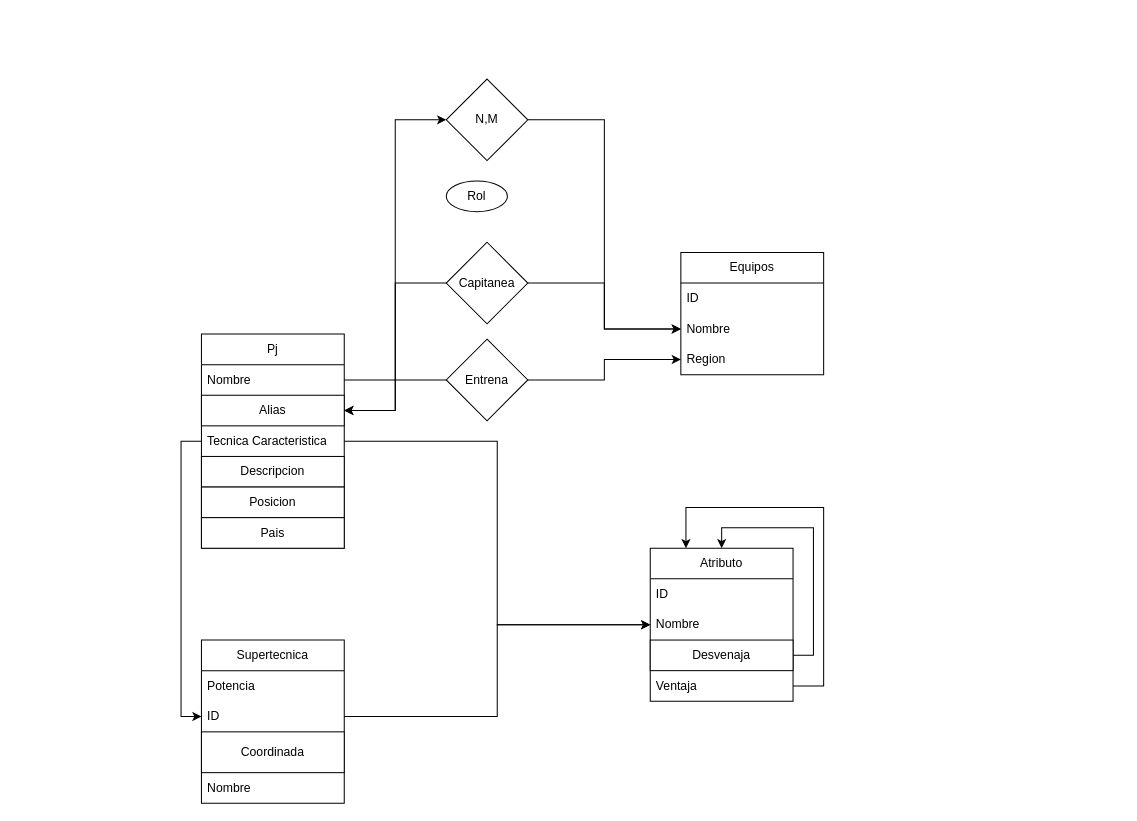
This is Diseño-temporal.drawio from Tortilla20/ProyectoInazuma, a draw.io file, before an edit. Source tidied: cells renumbered, new cells numbered last; positions are measured from the earlier drawing's top-left corner, leaving out a move shared by most shapes. Both pictures are drawn from the tidied source at 102%, with x=0, y=0 at pixel (201, 79).
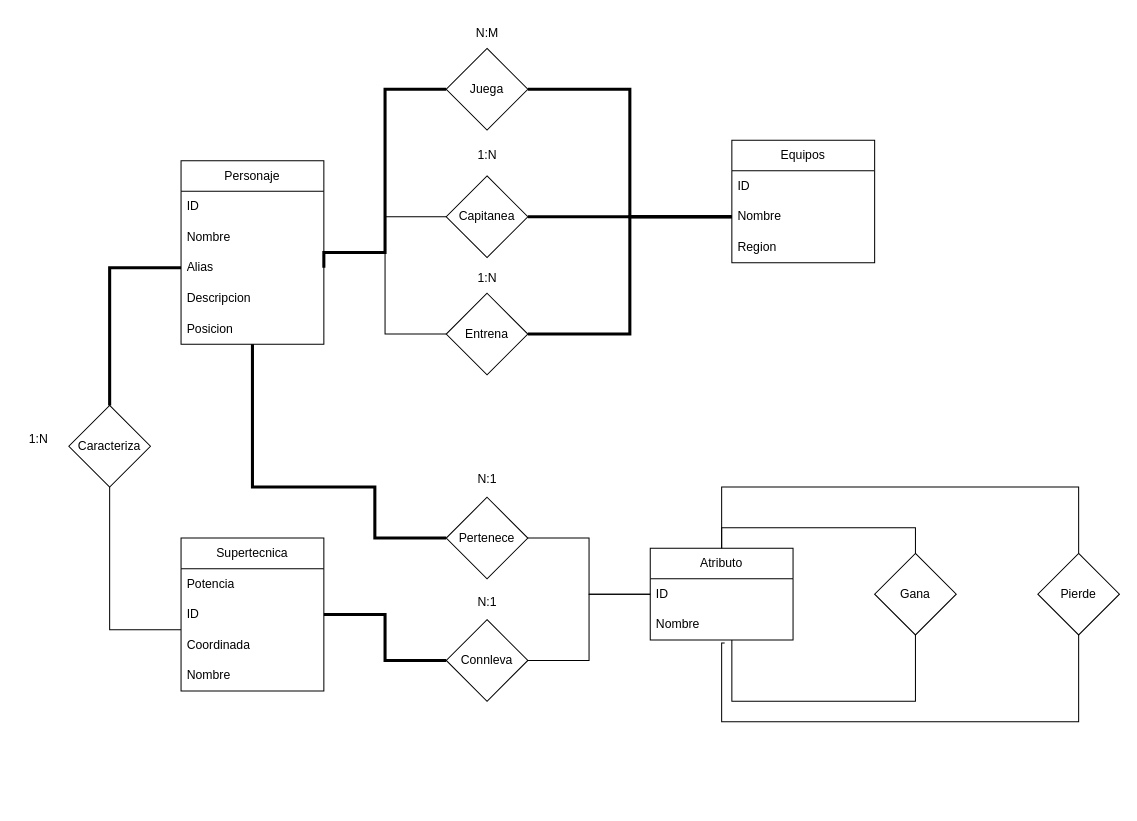
After the change.

Commit message:
actualizacion grafico

The change refers to these unchanged cells:
```xml
<mxCell id="11" value="ID" style="text;strokeColor=none;fillColor=none;align=left;verticalAlign=middle;spacingLeft=4;spacingRight=4;overflow=hidden;points=[[0,0.5],[1,0.5]];portConstraint=eastwest;whiteSpace=wrap;html=1;" parent="9" vertex="1">
  <mxGeometry y="60" width="140" height="30" as="geometry" />
</mxCell>
<mxCell id="16" value="Nombre" style="text;strokeColor=none;fillColor=none;align=left;verticalAlign=middle;spacingLeft=4;spacingRight=4;overflow=hidden;points=[[0,0.5],[1,0.5]];portConstraint=eastwest;whiteSpace=wrap;html=1;" parent="14" vertex="1">
  <mxGeometry y="60" width="140" height="30" as="geometry" />
</mxCell>
<mxCell id="17" value="Region" style="text;strokeColor=none;fillColor=none;align=left;verticalAlign=middle;spacingLeft=4;spacingRight=4;overflow=hidden;points=[[0,0.5],[1,0.5]];portConstraint=eastwest;whiteSpace=wrap;html=1;" parent="14" vertex="1">
  <mxGeometry y="90" width="140" height="30" as="geometry" />
</mxCell>
<mxCell id="20" value="Nombre" style="text;strokeColor=none;fillColor=none;align=left;verticalAlign=middle;spacingLeft=4;spacingRight=4;overflow=hidden;points=[[0,0.5],[1,0.5]];portConstraint=eastwest;whiteSpace=wrap;html=1;" parent="18" vertex="1">
  <mxGeometry y="60" width="140" height="30" as="geometry" />
</mxCell>
```

The edit, as a diff of the source:
```diff
@@
-    <mxCell id="2" value="Pj" style="swimlane;fontStyle=0;horizontal=1;startSize=30;whiteSpace=wrap;html=1;" parent="1" vertex="1">
-      <mxGeometry y="250" width="140" height="210" as="geometry" />
-    </mxCell>
-    <mxCell id="3" value="Nombre" style="text;strokeColor=none;fillColor=none;align=left;verticalAlign=middle;spacingLeft=4;spacingRight=4;overflow=hidden;points=[[0,0.5],[1,0.5]];portConstraint=eastwest;whiteSpace=wrap;html=1;" parent="2" vertex="1">
-      <mxGeometry y="30" width="140" height="30" as="geometry" />
-    </mxCell>
-    <mxCell id="4" value="Alias" style="rounded=0;whiteSpace=wrap;html=1;" parent="2" vertex="1">
-      <mxGeometry y="60" width="140" height="30" as="geometry" />
-    </mxCell>
-    <mxCell id="5" value="Tecnica Caracteristica" style="text;strokeColor=none;fillColor=none;align=left;verticalAlign=middle;spacingLeft=4;spacingRight=4;overflow=hidden;points=[[0,0.5],[1,0.5]];portConstraint=eastwest;whiteSpace=wrap;html=1;" parent="2" vertex="1">
-      <mxGeometry y="90" width="140" height="30" as="geometry" />
-    </mxCell>
-    <mxCell id="6" value="Descripcion" style="rounded=0;whiteSpace=wrap;html=1;" parent="2" vertex="1">
-      <mxGeometry y="120" width="140" height="30" as="geometry" />
-    </mxCell>
-    <mxCell id="7" value="Posicion" style="rounded=0;whiteSpace=wrap;html=1;" parent="2" vertex="1">
-      <mxGeometry y="150" width="140" height="30" as="geometry" />
-    </mxCell>
-    <mxCell id="8" value="Pais" style="rounded=0;whiteSpace=wrap;html=1;" parent="2" vertex="1">
-      <mxGeometry y="180" width="140" height="30" as="geometry" />
-    </mxCell>
     <mxCell id="9" value="Supertecnica" style="swimlane;fontStyle=0;horizontal=1;startSize=30;whiteSpace=wrap;html=1;" parent="1" vertex="1">
-      <mxGeometry y="550" width="140" height="160" as="geometry" />
+      <mxGeometry x="-20" y="450" width="140" height="150" as="geometry" />
     </mxCell>
@@
-    <mxCell id="12" value="Coordinada" style="rounded=0;whiteSpace=wrap;html=1;" parent="9" vertex="1">
-      <mxGeometry y="90" width="140" height="40" as="geometry" />
+    <mxCell id="12" value="Coordinada" style="text;strokeColor=none;fillColor=none;align=left;verticalAlign=middle;spacingLeft=4;spacingRight=4;overflow=hidden;points=[[0,0.5],[1,0.5]];portConstraint=eastwest;whiteSpace=wrap;html=1;" parent="9" vertex="1">
+      <mxGeometry y="90" width="140" height="30" as="geometry" />
     </mxCell>
-    <mxCell id="13" value="Nombre" style="text;strokeColor=none;fillColor=none;align=left;verticalAlign=middle;spacingLeft=4;spacingRight=4;overflow=hidden;whiteSpace=wrap;html=1;" parent="9" vertex="1">
-      <mxGeometry y="130" width="140" height="30" as="geometry" />
-    </mxCell>
+    <mxCell id="38" value="Nombre" style="text;strokeColor=none;fillColor=none;align=left;verticalAlign=middle;spacingLeft=4;spacingRight=4;overflow=hidden;whiteSpace=wrap;html=1;" parent="9" vertex="1">
+      <mxGeometry y="120" width="140" height="30" as="geometry" />
+    </mxCell>
     <mxCell id="14" value="Equipos" style="swimlane;fontStyle=0;horizontal=1;startSize=30;whiteSpace=wrap;html=1;" parent="1" vertex="1">
-      <mxGeometry x="470" y="170" width="140" height="120" as="geometry" />
+      <mxGeometry x="520" y="60" width="140" height="120" as="geometry" />
     </mxCell>
@@
+    <mxCell id="39" style="edgeStyle=orthogonalEdgeStyle;rounded=0;jettySize=auto;html=1;entryX=0.5;entryY=1;entryDx=0;entryDy=0;endArrow=none;startFill=0;" parent="1" edge="1" source="18" target="46">
+      <mxGeometry relative="1" as="geometry">
+        <Array as="points">
+          <mxPoint x="520" y="610" />
+          <mxPoint x="700" y="610" />
+        </Array>
+      </mxGeometry>
+    </mxCell>
     <mxCell id="18" value="Atributo" style="swimlane;fontStyle=0;horizontal=1;startSize=30;whiteSpace=wrap;html=1;" parent="1" vertex="1">
-      <mxGeometry x="440" y="460" width="140" height="150" as="geometry" />
+      <mxGeometry x="440" y="460" width="140" height="90" as="geometry" />
     </mxCell>
@@
-    <mxCell id="21" style="edgeStyle=orthogonalEdgeStyle;rounded=0;jettySize=auto;html=1;exitX=1;exitY=0.5;exitDx=0;exitDy=0;entryX=0.5;entryY=0;entryDx=0;entryDy=0;" parent="18" edge="1" source="22" target="18">
-      <mxGeometry relative="1" as="geometry" />
-    </mxCell>
-    <mxCell id="22" value="Desvenaja" style="rounded=0;whiteSpace=wrap;html=1;" parent="18" vertex="1">
-      <mxGeometry y="90" width="140" height="30" as="geometry" />
-    </mxCell>
-    <mxCell id="23" style="edgeStyle=orthogonalEdgeStyle;rounded=0;jettySize=auto;html=1;exitX=1;exitY=0.5;exitDx=0;exitDy=0;entryX=0.25;entryY=0;entryDx=0;entryDy=0;" parent="18" edge="1" source="24" target="18">
-      <mxGeometry relative="1" as="geometry">
-        <Array as="points">
-          <mxPoint x="170" y="135" />
-          <mxPoint x="170" y="-40" />
-          <mxPoint x="35" y="-40" />
-        </Array>
-      </mxGeometry>
-    </mxCell>
-    <mxCell id="24" value="Ventaja" style="text;strokeColor=none;fillColor=none;align=left;verticalAlign=middle;spacingLeft=4;spacingRight=4;overflow=hidden;points=[[0,0.5],[1,0.5]];portConstraint=eastwest;whiteSpace=wrap;html=1;" parent="18" vertex="1">
-      <mxGeometry y="120" width="140" height="30" as="geometry" />
-    </mxCell>
-    <mxCell id="25" style="edgeStyle=orthogonalEdgeStyle;rounded=0;jettySize=auto;html=1;exitX=0;exitY=0.5;exitDx=0;exitDy=0;entryX=0;entryY=0.5;entryDx=0;entryDy=0;" parent="1" edge="1" source="5" target="11">
-      <mxGeometry relative="1" as="geometry" />
-    </mxCell>
-    <mxCell id="26" style="edgeStyle=orthogonalEdgeStyle;rounded=0;jettySize=auto;html=1;exitX=1;exitY=0.5;exitDx=0;exitDy=0;entryX=0;entryY=0.5;entryDx=0;entryDy=0;" parent="1" edge="1" source="5" target="20">
-      <mxGeometry relative="1" as="geometry" />
-    </mxCell>
-    <mxCell id="27" style="edgeStyle=orthogonalEdgeStyle;rounded=0;jettySize=auto;html=1;exitX=1;exitY=0.5;exitDx=0;exitDy=0;entryX=0;entryY=0.5;entryDx=0;entryDy=0;" parent="1" edge="1" source="30" target="16">
+    <mxCell id="27" style="edgeStyle=orthogonalEdgeStyle;rounded=0;jettySize=auto;html=1;exitX=1;exitY=0.5;exitDx=0;exitDy=0;entryX=0;entryY=0.5;entryDx=0;entryDy=0;endArrow=none;startFill=0;strokeWidth=3;" parent="1" edge="1" source="30" target="16">
       <mxGeometry relative="1" as="geometry" />
     </mxCell>
-    <mxCell id="28" style="edgeStyle=orthogonalEdgeStyle;rounded=0;jettySize=auto;html=1;" parent="1" edge="1" source="11" target="20">
-      <mxGeometry relative="1" as="geometry" />
-    </mxCell>
-    <mxCell id="29" style="edgeStyle=orthogonalEdgeStyle;rounded=0;jettySize=auto;html=1;exitX=1;exitY=0.5;exitDx=0;exitDy=0;entryX=0;entryY=0.5;entryDx=0;entryDy=0;" parent="1" edge="1" source="3" target="30">
-      <mxGeometry relative="1" as="geometry" />
-    </mxCell>
+    <mxCell id="40" style="edgeStyle=orthogonalEdgeStyle;rounded=0;jettySize=auto;html=1;entryX=1;entryY=0.5;entryDx=0;entryDy=0;endArrow=none;startFill=0;exitX=0;exitY=0.5;exitDx=0;exitDy=0;strokeWidth=3;" parent="1" edge="1" source="30" target="4">
+      <mxGeometry relative="1" as="geometry">
+        <Array as="points">
+          <mxPoint x="180" y="10" />
+          <mxPoint x="180" y="170" />
+          <mxPoint x="120" y="170" />
+        </Array>
+      </mxGeometry>
+    </mxCell>
-    <mxCell id="30" value="N,M" style="rhombus;whiteSpace=wrap;html=1;" parent="1" vertex="1">
-      <mxGeometry x="240" width="80" height="80" as="geometry" />
+    <mxCell id="30" value="Juega" style="rhombus;whiteSpace=wrap;html=1;" parent="1" vertex="1">
+      <mxGeometry x="240" y="-30" width="80" height="80" as="geometry" />
     </mxCell>
-    <mxCell id="31" value="Rol" style="ellipse;whiteSpace=wrap;html=1;" parent="1" vertex="1">
-      <mxGeometry x="240" y="100" width="60" height="30" as="geometry" />
-    </mxCell>
-    <mxCell id="32" style="edgeStyle=orthogonalEdgeStyle;rounded=0;jettySize=auto;html=1;entryX=0;entryY=0.5;entryDx=0;entryDy=0;" parent="1" edge="1" source="34" target="16">
+    <mxCell id="32" style="edgeStyle=orthogonalEdgeStyle;rounded=0;jettySize=auto;html=1;entryX=0;entryY=0.5;entryDx=0;entryDy=0;endArrow=none;startFill=0;strokeWidth=3;" parent="1" edge="1" source="34" target="16">
       <mxGeometry relative="1" as="geometry" />
     </mxCell>
-    <mxCell id="33" style="edgeStyle=orthogonalEdgeStyle;rounded=0;jettySize=auto;html=1;entryX=1;entryY=0.5;entryDx=0;entryDy=0;" parent="1" edge="1" source="34" target="4">
-      <mxGeometry relative="1" as="geometry" />
-    </mxCell>
+    <mxCell id="41" style="edgeStyle=orthogonalEdgeStyle;rounded=0;jettySize=auto;html=1;endArrow=none;startFill=0;" parent="1" edge="1" source="34" target="50">
+      <mxGeometry relative="1" as="geometry" />
+    </mxCell>
     <mxCell id="34" value="Capitanea" style="rhombus;whiteSpace=wrap;html=1;" parent="1" vertex="1">
-      <mxGeometry x="240" y="160" width="80" height="80" as="geometry" />
+      <mxGeometry x="240" y="95" width="80" height="80" as="geometry" />
     </mxCell>
-    <mxCell id="35" style="edgeStyle=orthogonalEdgeStyle;rounded=0;jettySize=auto;html=1;" parent="1" edge="1" source="37" target="17">
-      <mxGeometry relative="1" as="geometry" />
-    </mxCell>
-    <mxCell id="36" style="edgeStyle=orthogonalEdgeStyle;rounded=0;jettySize=auto;html=1;" parent="1" edge="1" source="37" target="4">
-      <mxGeometry relative="1" as="geometry" />
-    </mxCell>
+    <mxCell id="42" style="edgeStyle=orthogonalEdgeStyle;rounded=0;jettySize=auto;html=1;entryX=0;entryY=0.5;entryDx=0;entryDy=0;endArrow=none;startFill=0;strokeWidth=3;" parent="1" edge="1" source="37" target="16">
+      <mxGeometry relative="1" as="geometry">
+        <Array as="points">
+          <mxPoint x="420" y="250" />
+          <mxPoint x="420" y="135" />
+        </Array>
+      </mxGeometry>
+    </mxCell>
+    <mxCell id="43" style="edgeStyle=orthogonalEdgeStyle;rounded=0;jettySize=auto;html=1;endArrow=none;startFill=0;" parent="1" edge="1" source="37" target="50">
+      <mxGeometry relative="1" as="geometry" />
+    </mxCell>
     <mxCell id="37" value="Entrena" style="rhombus;whiteSpace=wrap;html=1;" parent="1" vertex="1">
-      <mxGeometry x="240" y="255" width="80" height="80" as="geometry" />
+      <mxGeometry x="240" y="210" width="80" height="80" as="geometry" />
     </mxCell>
+    <mxCell id="44" value="N:M" style="text;html=1;align=center;verticalAlign=middle;strokeColor=none;fillColor=none;" parent="1" vertex="1">
+      <mxGeometry x="255" y="-60" width="50" height="30" as="geometry" />
+    </mxCell>
+    <mxCell id="45" style="edgeStyle=orthogonalEdgeStyle;rounded=0;jettySize=auto;html=1;entryX=0.5;entryY=0;entryDx=0;entryDy=0;endArrow=none;startFill=0;" parent="1" edge="1" source="46" target="18">
+      <mxGeometry relative="1" as="geometry">
+        <Array as="points">
+          <mxPoint x="700" y="440" />
+          <mxPoint x="510" y="440" />
+        </Array>
+      </mxGeometry>
+    </mxCell>
+    <mxCell id="46" value="Gana" style="rhombus;whiteSpace=wrap;html=1;" parent="1" vertex="1">
+      <mxGeometry x="660" y="465" width="80" height="80" as="geometry" />
+    </mxCell>
+    <mxCell id="47" style="edgeStyle=orthogonalEdgeStyle;rounded=0;jettySize=auto;html=1;exitX=0.5;exitY=0;exitDx=0;exitDy=0;entryX=0.5;entryY=0;entryDx=0;entryDy=0;endArrow=none;startFill=0;" parent="1" edge="1" source="48" target="18">
+      <mxGeometry relative="1" as="geometry">
+        <Array as="points">
+          <mxPoint x="860" y="400" />
+          <mxPoint x="510" y="400" />
+        </Array>
+      </mxGeometry>
+    </mxCell>
+    <mxCell id="48" value="Pierde" style="rhombus;whiteSpace=wrap;html=1;" parent="1" vertex="1">
+      <mxGeometry x="820" y="465" width="80" height="80" as="geometry" />
+    </mxCell>
+    <mxCell id="49" style="edgeStyle=orthogonalEdgeStyle;rounded=0;jettySize=auto;html=1;entryX=0.521;entryY=1.1;entryDx=0;entryDy=0;entryPerimeter=0;endArrow=none;startFill=0;startArrow=none;" parent="1" edge="1" source="48" target="20">
+      <mxGeometry relative="1" as="geometry">
+        <Array as="points">
+          <mxPoint x="860" y="630" />
+          <mxPoint x="510" y="630" />
+          <mxPoint x="510" y="553" />
+        </Array>
+      </mxGeometry>
+    </mxCell>
+    <mxCell id="50" value="Personaje" style="swimlane;fontStyle=0;horizontal=1;startSize=30;whiteSpace=wrap;html=1;" parent="1" vertex="1">
+      <mxGeometry x="-20" y="80" width="140" height="180" as="geometry" />
+    </mxCell>
+    <mxCell id="51" value="ID" style="text;strokeColor=none;fillColor=none;align=left;verticalAlign=middle;spacingLeft=4;spacingRight=4;overflow=hidden;whiteSpace=wrap;html=1;" parent="50" vertex="1">
+      <mxGeometry y="30" width="140" height="30" as="geometry" />
+    </mxCell>
+    <mxCell id="52" value="Nombre" style="text;strokeColor=none;fillColor=none;align=left;verticalAlign=middle;spacingLeft=4;spacingRight=4;overflow=hidden;whiteSpace=wrap;html=1;" parent="50" vertex="1">
+      <mxGeometry y="60" width="140" height="30" as="geometry" />
+    </mxCell>
+    <mxCell id="4" value="Alias" style="text;strokeColor=none;fillColor=none;align=left;verticalAlign=middle;spacingLeft=4;spacingRight=4;overflow=hidden;points=[[0,0.5],[1,0.5]];portConstraint=eastwest;whiteSpace=wrap;html=1;" parent="50" vertex="1">
+      <mxGeometry y="90" width="140" height="30" as="geometry" />
+    </mxCell>
+    <mxCell id="6" value="Descripcion" style="text;strokeColor=none;fillColor=none;align=left;verticalAlign=middle;spacingLeft=4;spacingRight=4;overflow=hidden;whiteSpace=wrap;html=1;" parent="50" vertex="1">
+      <mxGeometry y="120" width="140" height="30" as="geometry" />
+    </mxCell>
+    <mxCell id="7" value="Posicion" style="text;strokeColor=none;fillColor=none;align=left;verticalAlign=middle;spacingLeft=4;spacingRight=4;overflow=hidden;whiteSpace=wrap;html=1;" parent="50" vertex="1">
+      <mxGeometry y="150" width="140" height="30" as="geometry" />
+    </mxCell>
+    <mxCell id="53" style="edgeStyle=orthogonalEdgeStyle;rounded=0;jettySize=auto;html=1;endArrow=none;startFill=0;" parent="1" edge="1" source="54" target="12">
+      <mxGeometry relative="1" as="geometry">
+        <Array as="points">
+          <mxPoint x="-90" y="540" />
+        </Array>
+      </mxGeometry>
+    </mxCell>
+    <mxCell id="54" value="Caracteriza" style="rhombus;whiteSpace=wrap;html=1;" parent="1" vertex="1">
+      <mxGeometry x="-130" y="320" width="80" height="80" as="geometry" />
+    </mxCell>
+    <mxCell id="55" value="1:N" style="text;html=1;align=center;verticalAlign=middle;strokeColor=none;fillColor=none;" parent="1" vertex="1">
+      <mxGeometry x="260" y="60" width="40" height="30" as="geometry" />
+    </mxCell>
+    <mxCell id="56" value="1:N" style="text;html=1;align=center;verticalAlign=middle;strokeColor=none;fillColor=none;" parent="1" vertex="1">
+      <mxGeometry x="260" y="180" width="40" height="30" as="geometry" />
+    </mxCell>
+    <mxCell id="57" style="edgeStyle=orthogonalEdgeStyle;rounded=0;jettySize=auto;html=1;endArrow=none;startFill=0;strokeWidth=3;" parent="1" edge="1" source="4" target="54">
+      <mxGeometry relative="1" as="geometry" />
+    </mxCell>
+    <mxCell id="58" value="1:N" style="text;html=1;align=center;verticalAlign=middle;strokeColor=none;fillColor=none;" parent="1" vertex="1">
+      <mxGeometry x="-180" y="338" width="40" height="30" as="geometry" />
+    </mxCell>
+    <mxCell id="59" style="edgeStyle=orthogonalEdgeStyle;rounded=0;jettySize=auto;html=1;endArrow=none;startFill=0;strokeWidth=3;" parent="1" edge="1" source="61" target="50">
+      <mxGeometry relative="1" as="geometry">
+        <Array as="points">
+          <mxPoint x="170" y="450" />
+          <mxPoint x="170" y="400" />
+          <mxPoint x="50" y="400" />
+        </Array>
+      </mxGeometry>
+    </mxCell>
+    <mxCell id="60" style="edgeStyle=orthogonalEdgeStyle;rounded=0;jettySize=auto;html=1;endArrow=none;startFill=0;" parent="1" edge="1" source="61" target="18">
+      <mxGeometry relative="1" as="geometry" />
+    </mxCell>
+    <mxCell id="61" value="Pertenece" style="rhombus;whiteSpace=wrap;html=1;" parent="1" vertex="1">
+      <mxGeometry x="240" y="410" width="80" height="80" as="geometry" />
+    </mxCell>
+    <mxCell id="62" style="edgeStyle=orthogonalEdgeStyle;rounded=0;jettySize=auto;html=1;endArrow=none;startFill=0;strokeWidth=3;" parent="1" edge="1" source="64" target="9">
+      <mxGeometry relative="1" as="geometry" />
+    </mxCell>
+    <mxCell id="63" style="edgeStyle=orthogonalEdgeStyle;rounded=0;jettySize=auto;html=1;endArrow=none;startFill=0;" parent="1" edge="1" source="64" target="18">
+      <mxGeometry relative="1" as="geometry" />
+    </mxCell>
+    <mxCell id="64" value="Connleva" style="rhombus;whiteSpace=wrap;html=1;" parent="1" vertex="1">
+      <mxGeometry x="240" y="530" width="80" height="80" as="geometry" />
+    </mxCell>
+    <mxCell id="65" value="N:1" style="text;html=1;align=center;verticalAlign=middle;strokeColor=none;fillColor=none;" parent="1" vertex="1">
+      <mxGeometry x="260" y="498" width="40" height="30" as="geometry" />
+    </mxCell>
+    <mxCell id="66" value="N:1" style="text;html=1;align=center;verticalAlign=middle;strokeColor=none;fillColor=none;" parent="1" vertex="1">
+      <mxGeometry x="260" y="378" width="40" height="30" as="geometry" />
+    </mxCell>
```
